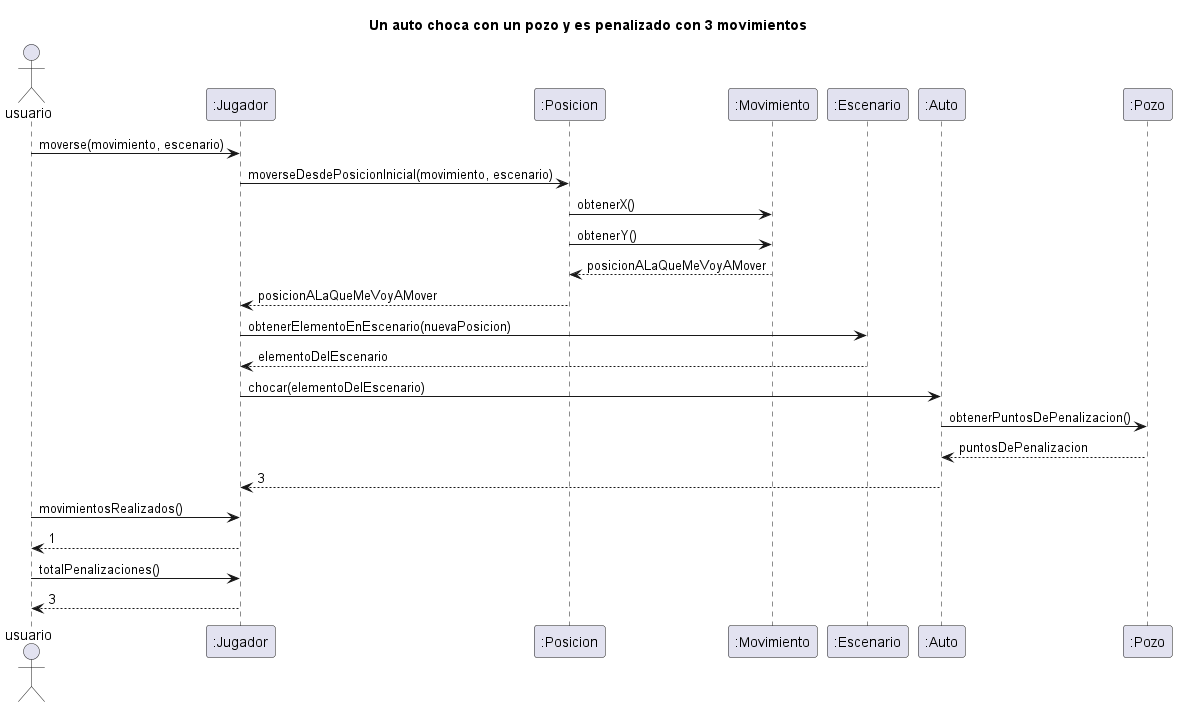
NestorPala/T17-GPSChallenge keeps this PlantUML diagram as diagrams/sequences/auto_choca_pozo.png. Above is the earlier version. Its source is kept beside it as diagrams/sequences/auto_choca_pozo.puml.
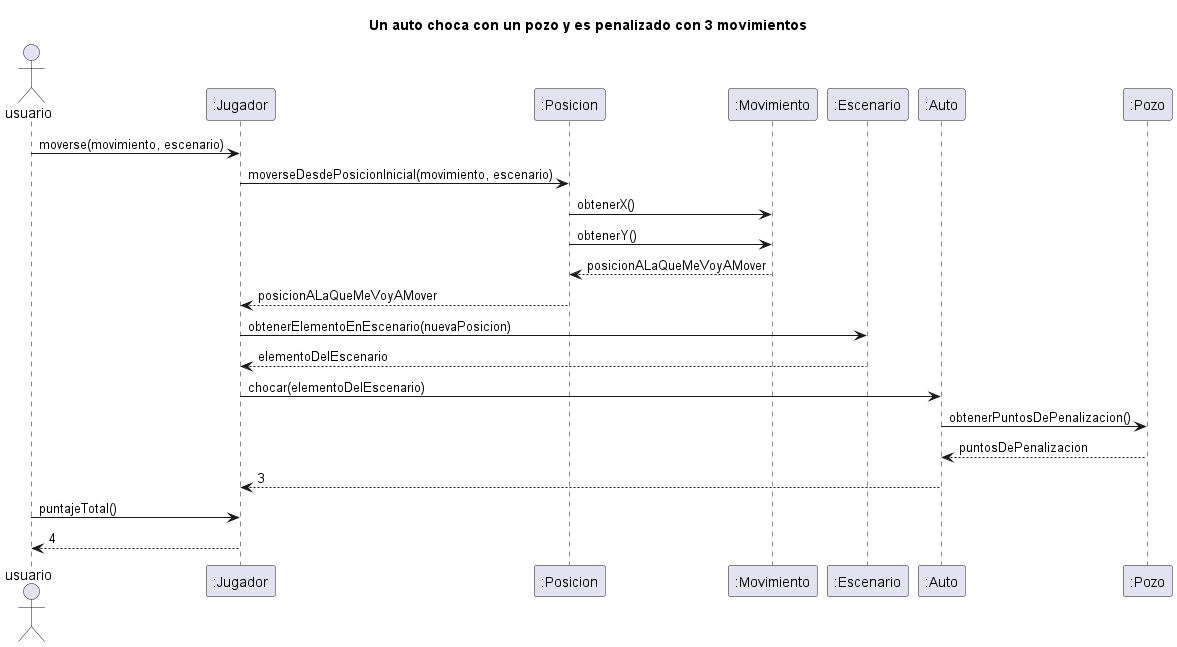
The same file after the commit.

What changed in the source:
```diff
@@ -14,9 +14,7 @@
 ":Auto" -> ":Pozo": obtenerPuntosDePenalizacion()
 return puntosDePenalizacion
 ":Auto" --> ":Jugador": 3
-"usuario" -> ":Jugador": movimientosRealizados()
-return 1
-"usuario" -> ":Jugador": totalPenalizaciones()
-return 3
+"usuario" -> ":Jugador": puntajeTotal()
+return 4
 
 @enduml
```
